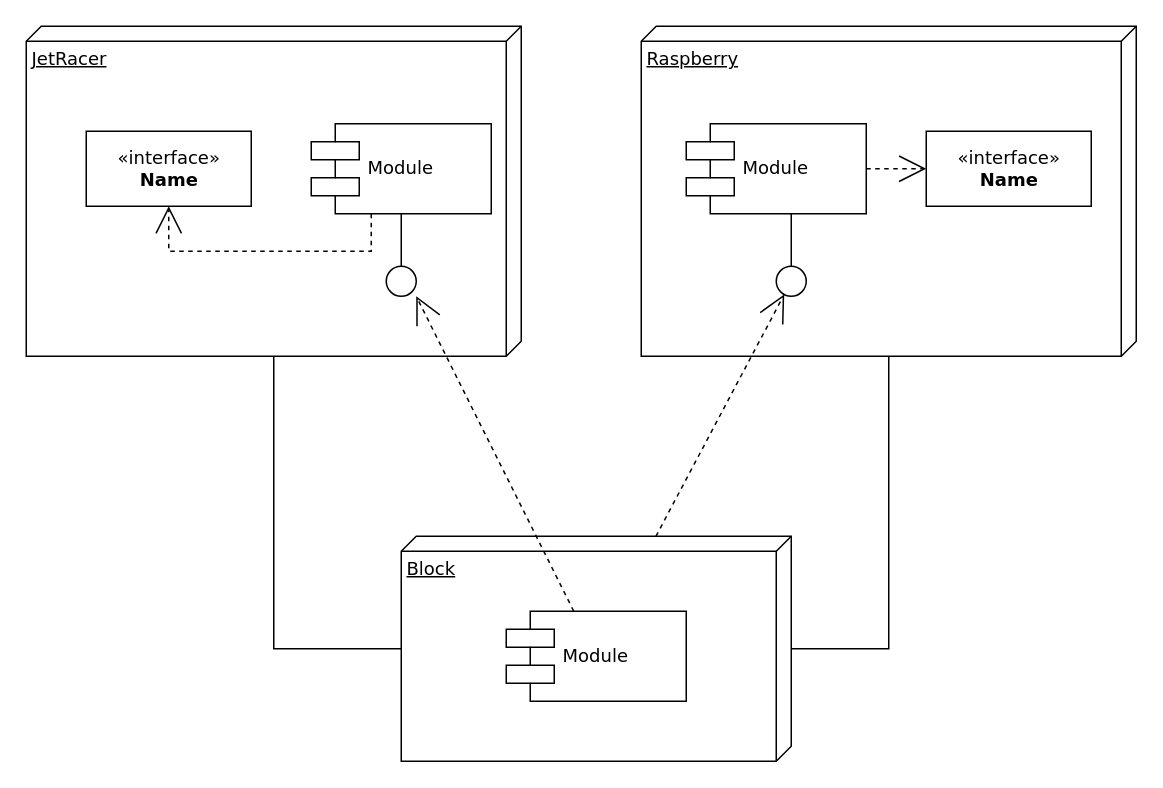
Before: doc/diagrams/architecture.drawio in SEAME-pt/Team02-Course, a draw.io diagram. Source tidied: cells renumbered, new cells numbered last; positions are measured from the earlier drawing's top-left corner, leaving out a move shared by most shapes. Both pictures are drawn from the tidied source at 150%, with x=0, y=0 at pixel (26, 26). Pictures stored in the file or linked from it are replaced by grey dashed boxes.
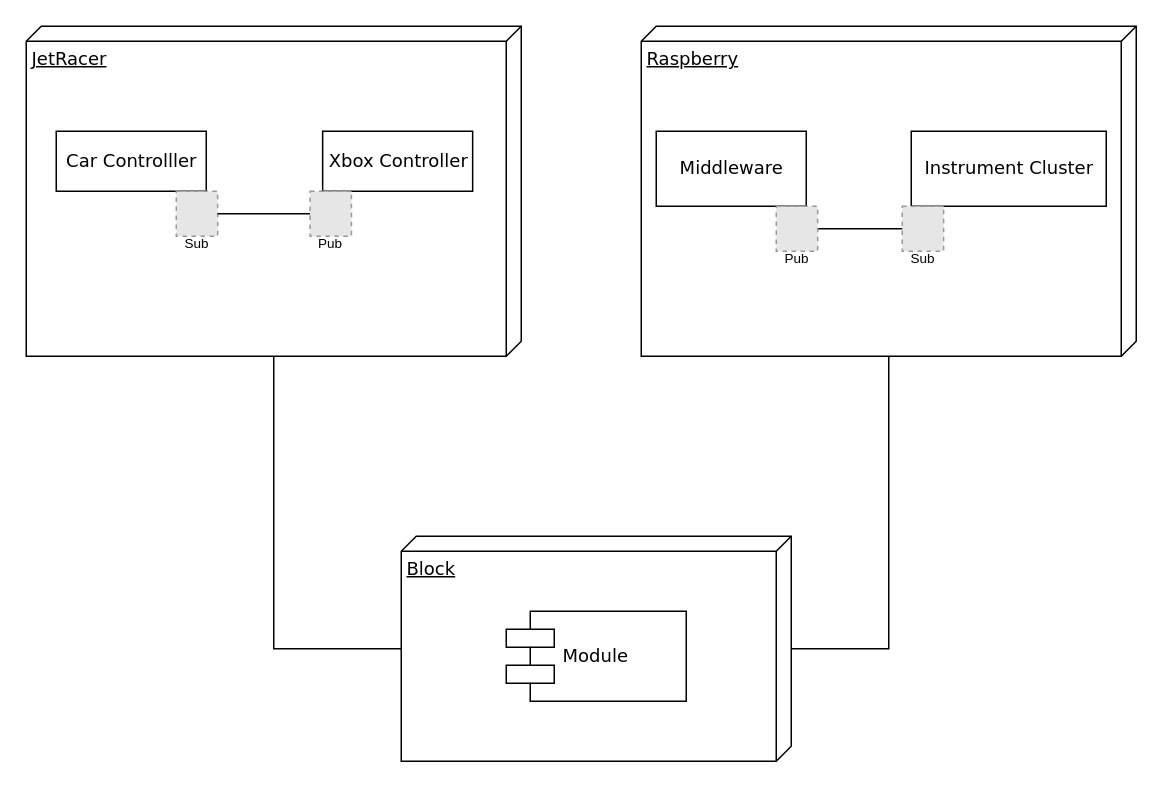
After the change.

Unchanged cells that the change refers to:
```xml
<mxCell id="4" value="Block" style="verticalAlign=top;align=left;spacingTop=8;spacingLeft=2;spacingRight=12;shape=cube;size=10;direction=south;fontStyle=4;html=1;rounded=0;shadow=0;comic=0;labelBackgroundColor=none;strokeWidth=1;fontFamily=Verdana;fontSize=12;" parent="1" vertex="1">
  <mxGeometry x="250" y="340" width="260" height="150" as="geometry" />
</mxCell>
<mxCell id="11" value="Module" style="shape=component;align=left;spacingLeft=36;rounded=0;shadow=0;comic=0;labelBackgroundColor=none;strokeWidth=1;fontFamily=Verdana;fontSize=12;html=1;" parent="1" vertex="1">
  <mxGeometry x="320" y="390" width="120" height="60" as="geometry" />
</mxCell>
```

Change to the diagram source:
```diff
@@
-    <mxCell id="5" value="&amp;laquo;interface&amp;raquo;&lt;br&gt;&lt;b&gt;Name&lt;/b&gt;" style="html=1;rounded=0;shadow=0;comic=0;labelBackgroundColor=none;strokeWidth=1;fontFamily=Verdana;fontSize=12;align=center;" parent="1" vertex="1">
-      <mxGeometry x="40" y="70" width="110" height="50" as="geometry" />
+    <mxCell id="5" value="Car Controlller" style="html=1;rounded=0;shadow=0;comic=0;labelBackgroundColor=none;strokeWidth=1;fontFamily=Verdana;fontSize=12;align=center;" parent="1" vertex="1">
+      <mxGeometry x="20" y="70" width="100" height="40" as="geometry" />
     </mxCell>
-    <mxCell id="6" value="Module" style="shape=component;align=left;spacingLeft=36;rounded=0;shadow=0;comic=0;labelBackgroundColor=none;strokeWidth=1;fontFamily=Verdana;fontSize=12;html=1;" parent="1" vertex="1">
-      <mxGeometry x="190" y="65" width="120" height="60" as="geometry" />
-    </mxCell>
-    <mxCell id="7" style="ellipse;whiteSpace=wrap;html=1;rounded=0;shadow=0;comic=0;labelBackgroundColor=none;strokeWidth=1;fontFamily=Verdana;fontSize=12;align=center;" parent="1" vertex="1">
-      <mxGeometry x="240" y="160" width="20" height="20" as="geometry" />
-    </mxCell>
-    <mxCell id="8" value="Module" style="shape=component;align=left;spacingLeft=36;rounded=0;shadow=0;comic=0;labelBackgroundColor=none;strokeWidth=1;fontFamily=Verdana;fontSize=12;html=1;" parent="1" vertex="1">
-      <mxGeometry x="440" y="65" width="120" height="60" as="geometry" />
-    </mxCell>
-    <mxCell id="9" value="&amp;laquo;interface&amp;raquo;&lt;br&gt;&lt;b&gt;Name&lt;/b&gt;" style="html=1;rounded=0;shadow=0;comic=0;labelBackgroundColor=none;strokeWidth=1;fontFamily=Verdana;fontSize=12;align=center;" parent="1" vertex="1">
-      <mxGeometry x="600" y="70" width="110" height="50" as="geometry" />
+    <mxCell id="9" value="Instrument Cluster" style="html=1;rounded=0;shadow=0;comic=0;labelBackgroundColor=none;strokeWidth=1;fontFamily=Verdana;fontSize=12;align=center;" parent="1" vertex="1">
+      <mxGeometry x="590" y="70" width="130" height="50" as="geometry" />
     </mxCell>
-    <mxCell id="10" style="ellipse;whiteSpace=wrap;html=1;rounded=0;shadow=0;comic=0;labelBackgroundColor=none;strokeWidth=1;fontFamily=Verdana;fontSize=12;align=center;" parent="1" vertex="1">
-      <mxGeometry x="500" y="160" width="20" height="20" as="geometry" />
-    </mxCell>
@@
-    <mxCell id="12" style="edgeStyle=none;rounded=0;html=1;dashed=1;labelBackgroundColor=none;startArrow=none;startFill=0;startSize=8;endArrow=open;endFill=0;endSize=16;fontFamily=Verdana;fontSize=12;entryX=1;entryY=1;entryDx=0;entryDy=0;entryPerimeter=0;" parent="1" edge="1" source="11" target="7">
-      <mxGeometry relative="1" as="geometry" />
-    </mxCell>
-    <mxCell id="13" style="edgeStyle=none;rounded=0;html=1;dashed=1;labelBackgroundColor=none;startArrow=none;startFill=0;startSize=8;endArrow=open;endFill=0;endSize=16;fontFamily=Verdana;fontSize=12;" parent="1" edge="1" source="4" target="10">
-      <mxGeometry relative="1" as="geometry" />
-    </mxCell>
-    <mxCell id="14" style="edgeStyle=elbowEdgeStyle;rounded=0;html=1;labelBackgroundColor=none;startArrow=none;startFill=0;startSize=8;endArrow=none;endFill=0;endSize=16;fontFamily=Verdana;fontSize=12;" parent="1" edge="1" source="10" target="8">
-      <mxGeometry relative="1" as="geometry" />
-    </mxCell>
-    <mxCell id="15" style="edgeStyle=elbowEdgeStyle;rounded=0;html=1;labelBackgroundColor=none;startArrow=none;startFill=0;startSize=8;endArrow=none;endFill=0;endSize=16;fontFamily=Verdana;fontSize=12;" parent="1" edge="1" source="7" target="6">
-      <mxGeometry relative="1" as="geometry" />
-    </mxCell>
-    <mxCell id="16" style="edgeStyle=orthogonalEdgeStyle;rounded=0;html=1;labelBackgroundColor=none;startArrow=none;startFill=0;startSize=8;endArrow=open;endFill=0;endSize=16;fontFamily=Verdana;fontSize=12;dashed=1;" parent="1" edge="1" source="6" target="5">
-      <mxGeometry relative="1" as="geometry">
-        <Array as="points">
-          <mxPoint x="230" y="150" />
-          <mxPoint x="95" y="150" />
-        </Array>
-      </mxGeometry>
-    </mxCell>
-    <mxCell id="17" style="edgeStyle=orthogonalEdgeStyle;rounded=0;html=1;dashed=1;labelBackgroundColor=none;startArrow=none;startFill=0;startSize=8;endArrow=open;endFill=0;endSize=16;fontFamily=Verdana;fontSize=12;" parent="1" edge="1" source="8" target="9">
-      <mxGeometry relative="1" as="geometry" />
-    </mxCell>
@@
+    <mxCell id="20" style="fillColor=#E6E6E6;strokeColor=#999999;dashed=1;verticalLabelPosition=bottom;labelBackgroundColor=default;verticalAlign=top;" parent="1" vertex="1">
+      <mxGeometry x="100" y="110" width="27.6" height="30" as="geometry" />
+    </mxCell>
+    <mxCell id="21" value="Xbox Controller" style="html=1;rounded=0;shadow=0;comic=0;labelBackgroundColor=none;strokeWidth=1;fontFamily=Verdana;fontSize=12;align=center;" parent="1" vertex="1">
+      <mxGeometry x="197.6" y="70" width="100" height="40" as="geometry" />
+    </mxCell>
+    <mxCell id="22" style="edgeStyle=orthogonalEdgeStyle;rounded=0;jettySize=auto;html=1;entryX=1;entryY=0.5;entryDx=0;entryDy=0;startArrow=none;startFill=0;endArrow=none;endFill=0;" parent="1" edge="1" source="23" target="20">
+      <mxGeometry relative="1" as="geometry" />
+    </mxCell>
+    <mxCell id="23" style="fillColor=#E6E6E6;strokeColor=#999999;dashed=1;verticalLabelPosition=bottom;labelBackgroundColor=default;verticalAlign=top;" parent="1" vertex="1">
+      <mxGeometry x="189.2" y="110" width="27.6" height="30" as="geometry" />
+    </mxCell>
+    <mxCell id="24" value="Sub" style="text;html=1;align=center;verticalAlign=middle;whiteSpace=wrap;rounded=0;fontSize=9;" parent="1" vertex="1">
+      <mxGeometry x="83.8" y="130" width="60" height="30" as="geometry" />
+    </mxCell>
+    <mxCell id="25" value="Pub" style="text;html=1;align=center;verticalAlign=middle;whiteSpace=wrap;rounded=0;fontSize=9;" parent="1" vertex="1">
+      <mxGeometry x="173" y="130" width="60" height="30" as="geometry" />
+    </mxCell>
+    <mxCell id="26" value="Middleware" style="html=1;rounded=0;shadow=0;comic=0;labelBackgroundColor=none;strokeWidth=1;fontFamily=Verdana;fontSize=12;align=center;" parent="1" vertex="1">
+      <mxGeometry x="420" y="70" width="100" height="50" as="geometry" />
+    </mxCell>
+    <mxCell id="27" style="fillColor=#E6E6E6;strokeColor=#999999;dashed=1;verticalLabelPosition=bottom;labelBackgroundColor=default;verticalAlign=top;" parent="1" vertex="1">
+      <mxGeometry x="584" y="120" width="27.6" height="30" as="geometry" />
+    </mxCell>
+    <mxCell id="28" style="edgeStyle=orthogonalEdgeStyle;rounded=0;jettySize=auto;html=1;entryX=0;entryY=0.5;entryDx=0;entryDy=0;endArrow=none;endFill=0;" parent="1" edge="1" source="29" target="27">
+      <mxGeometry relative="1" as="geometry" />
+    </mxCell>
+    <mxCell id="29" style="fillColor=#E6E6E6;strokeColor=#999999;dashed=1;verticalLabelPosition=bottom;labelBackgroundColor=default;verticalAlign=top;" parent="1" vertex="1">
+      <mxGeometry x="500" y="120" width="27.6" height="30" as="geometry" />
+    </mxCell>
+    <mxCell id="30" value="Sub" style="text;html=1;align=center;verticalAlign=middle;whiteSpace=wrap;rounded=0;fontSize=9;" parent="1" vertex="1">
+      <mxGeometry x="567.8" y="140" width="60" height="30" as="geometry" />
+    </mxCell>
+    <mxCell id="31" value="Pub" style="text;html=1;align=center;verticalAlign=middle;whiteSpace=wrap;rounded=0;fontSize=9;" parent="1" vertex="1">
+      <mxGeometry x="483.8" y="140" width="60" height="30" as="geometry" />
+    </mxCell>
```
